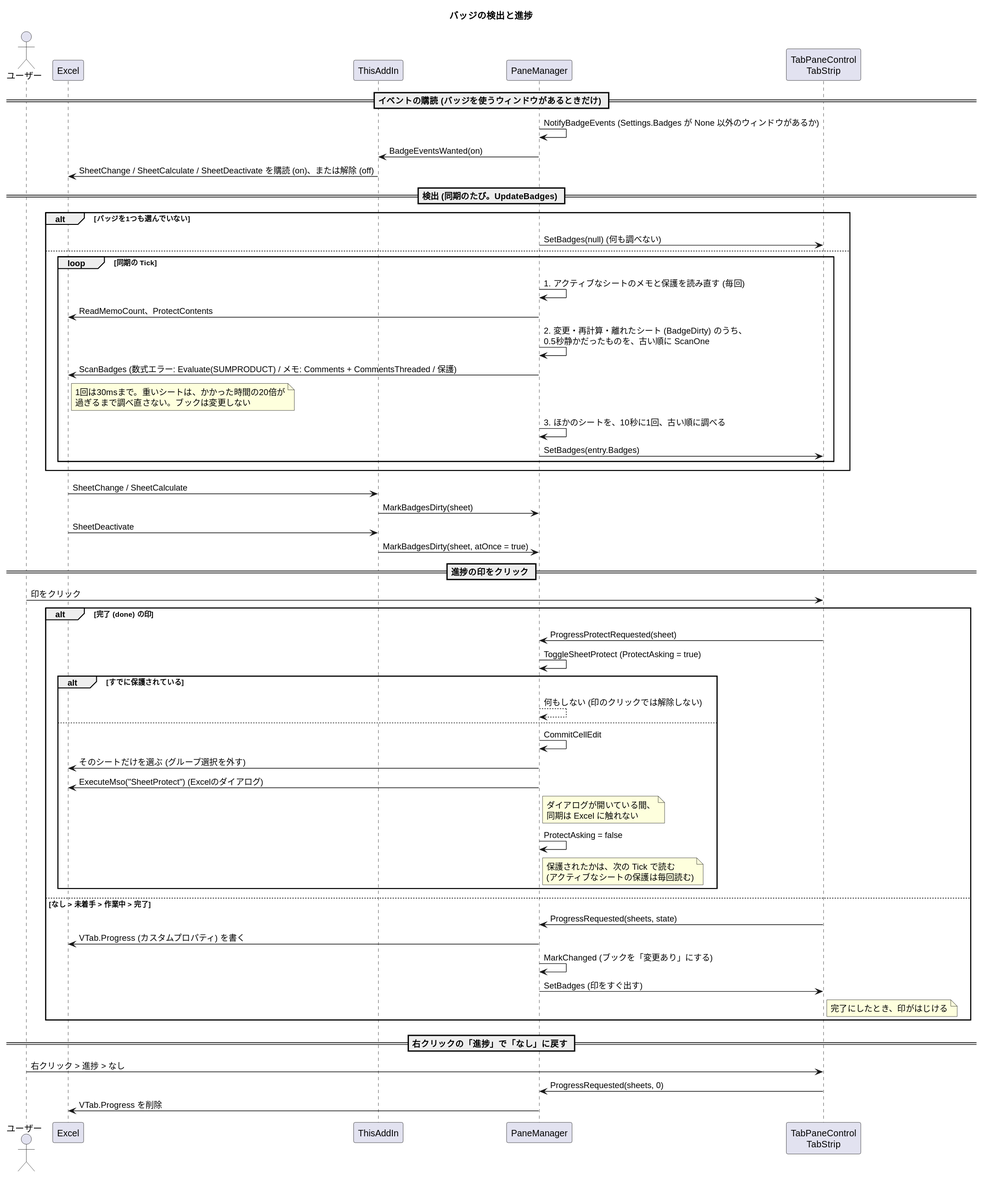
Above: docs/sequence-badge.svg in nk-taka623/VerticalSheetTabs (PlantUML), before the change.
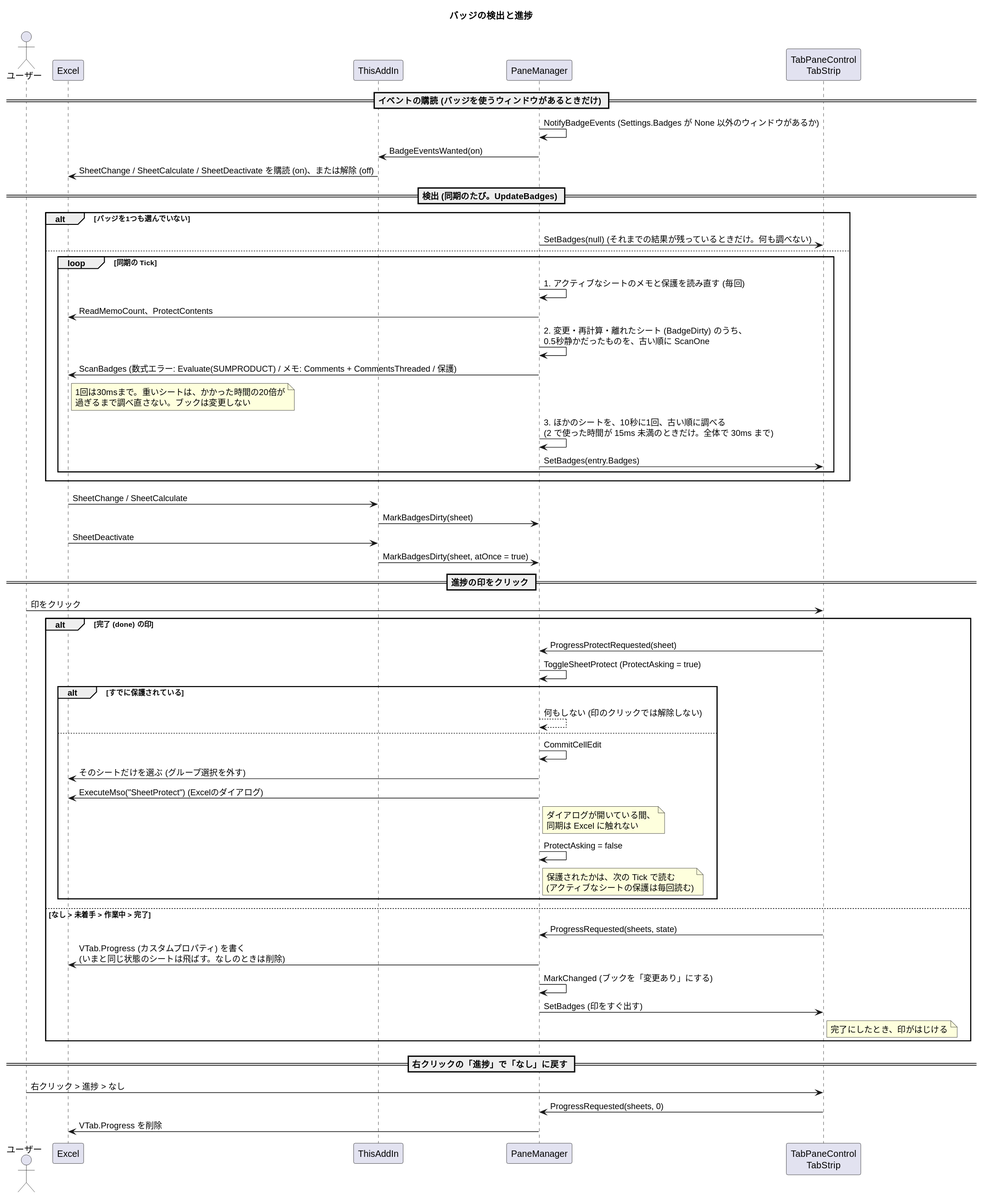
The same diagram one commit later.

Change to the diagram source:
```diff
@@ -16,7 +16,7 @@
 
 == 検出 (同期のたび。UpdateBadges) ==
 alt バッジを1つも選んでいない
-  P -> C : SetBadges(null) (何も調べない)
+  P -> C : SetBadges(null) (それまでの結果が残っているときだけ。何も調べない)
 else
   loop 同期の Tick
     P -> P : 1. アクティブなシートのメモと保護を読み直す (毎回)
@@ -24,7 +24,7 @@
     P -> P : 2. 変更・再計算・離れたシート (BadgeDirty) のうち、\n0.5秒静かだったものを、古い順に ScanOne
     P -> XL : ScanBadges (数式エラー: Evaluate(SUMPRODUCT) / メモ: Comments + CommentsThreaded / 保護)
     note right of XL : 1回は30msまで。重いシートは、かかった時間の20倍が\n過ぎるまで調べ直さない。ブックは変更しない
-    P -> P : 3. ほかのシートを、10秒に1回、古い順に調べる
+    P -> P : 3. ほかのシートを、10秒に1回、古い順に調べる\n(2 で使った時間が 15ms 未満のときだけ。全体で 30ms まで)
     P -> C : SetBadges(entry.Badges)
   end
 end
@@ -50,7 +50,7 @@
   end
 else なし > 未着手 > 作業中 > 完了
   C -> P : ProgressRequested(sheets, state)
-  P -> XL : VTab.Progress (カスタムプロパティ) を書く
+  P -> XL : VTab.Progress (カスタムプロパティ) を書く\n(いまと同じ状態のシートは飛ばす。なしのときは削除)
   P -> P : MarkChanged (ブックを「変更あり」にする)
   P -> C : SetBadges (印をすぐ出す)
   note right of C : 完了にしたとき、印がはじける
```
